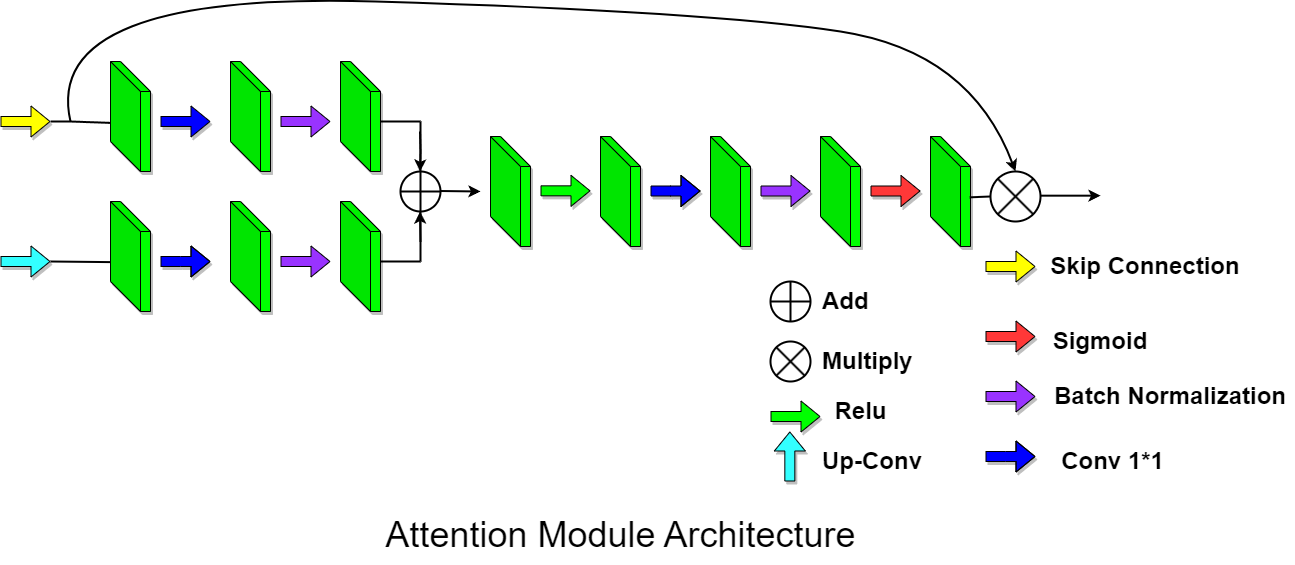
AnayPanja/demo_drawing_at_draw.io keeps this draw.io diagram as Untitled Diagram.drawio.png. Above is the earlier version. Source tidied: cells renumbered, new cells last; positions are measured from the earlier drawing's top-left corner, leaving out a move shared by most shapes.
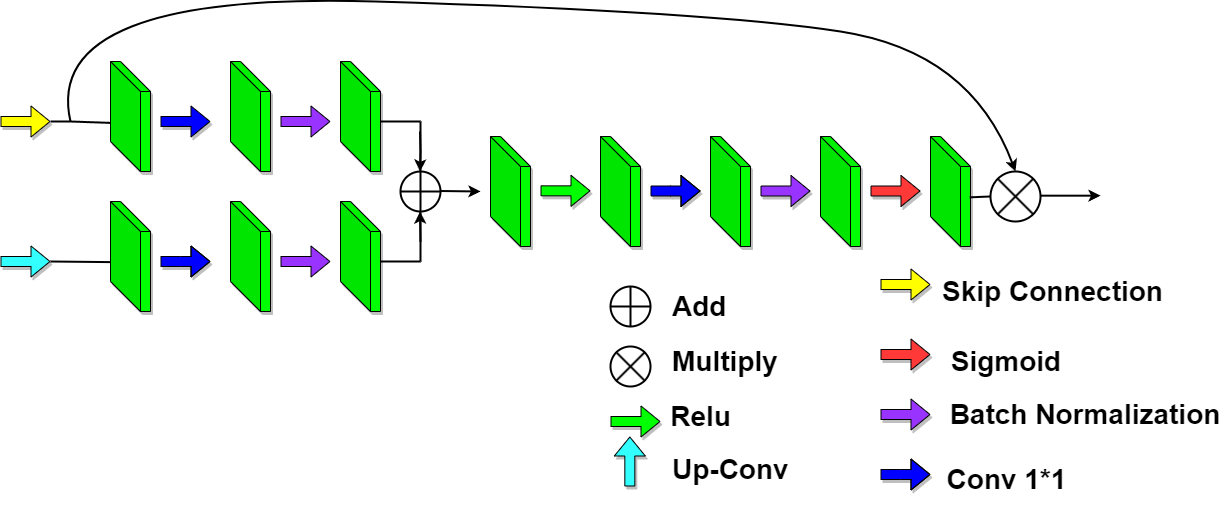
After the change.

What changed in the source:
```diff
@@ -147,63 +147,63 @@
     </mxCell>
     <mxCell id="30" style="shape=flexArrow;endArrow=classic;html=1;rounded=0;fillColor=#FFFF00;shadow=1;" parent="1" edge="1">
       <mxGeometry relative="1" as="geometry">
-        <mxPoint x="985" y="275" as="sourcePoint" />
-        <mxPoint x="1035" y="275" as="targetPoint" />
+        <mxPoint x="880" y="293" as="sourcePoint" />
+        <mxPoint x="930" y="293" as="targetPoint" />
       </mxGeometry>
     </mxCell>
     <mxCell id="31" style="shape=flexArrow;endArrow=classic;html=1;rounded=0;fillColor=#FF3838;shadow=1;" parent="1" edge="1">
       <mxGeometry relative="1" as="geometry">
-        <mxPoint x="985" y="345" as="sourcePoint" />
-        <mxPoint x="1035" y="345" as="targetPoint" />
+        <mxPoint x="880" y="363" as="sourcePoint" />
+        <mxPoint x="930" y="363" as="targetPoint" />
       </mxGeometry>
     </mxCell>
     <mxCell id="32" style="shape=flexArrow;endArrow=classic;html=1;rounded=0;fillColor=#9933FF;shadow=1;" parent="1" edge="1">
       <mxGeometry relative="1" as="geometry">
-        <mxPoint x="985" y="405" as="sourcePoint" />
-        <mxPoint x="1035" y="405" as="targetPoint" />
+        <mxPoint x="880" y="423" as="sourcePoint" />
+        <mxPoint x="930" y="423" as="targetPoint" />
       </mxGeometry>
     </mxCell>
     <mxCell id="33" style="shape=flexArrow;endArrow=classic;html=1;rounded=0;fillColor=#0000FF;shadow=1;" parent="1" edge="1">
       <mxGeometry relative="1" as="geometry">
-        <mxPoint x="985" y="465" as="sourcePoint" />
-        <mxPoint x="1035" y="465" as="targetPoint" />
+        <mxPoint x="880" y="483" as="sourcePoint" />
+        <mxPoint x="930" y="483" as="targetPoint" />
         <Array as="points">
-          <mxPoint x="1005" y="465" />
+          <mxPoint x="900" y="483" />
         </Array>
       </mxGeometry>
     </mxCell>
     <mxCell id="34" style="shape=flexArrow;endArrow=classic;html=1;rounded=0;fillColor=#33FFFF;shadow=1;" parent="1" edge="1">
       <mxGeometry relative="1" as="geometry">
-        <mxPoint x="789.3" y="490" as="sourcePoint" />
-        <mxPoint x="789.3" y="440" as="targetPoint" />
+        <mxPoint x="629.3" y="495" as="sourcePoint" />
+        <mxPoint x="629.3" y="445" as="targetPoint" />
       </mxGeometry>
     </mxCell>
-    <mxCell id="35" value="&lt;font style=&quot;font-size: 24px;&quot;&gt;&lt;b&gt;Skip Connection&lt;/b&gt;&lt;/font&gt;" style="text;strokeColor=none;align=center;fillColor=none;html=1;verticalAlign=middle;whiteSpace=wrap;rounded=0;" parent="1" vertex="1">
-      <mxGeometry x="1045" y="255" width="200" height="40" as="geometry" />
+    <mxCell id="35" value="&lt;font size=&quot;1&quot; style=&quot;&quot;&gt;&lt;b style=&quot;font-size: 28px;&quot;&gt;Skip Connection&lt;/b&gt;&lt;/font&gt;" style="text;strokeColor=none;align=center;fillColor=none;html=1;verticalAlign=middle;whiteSpace=wrap;rounded=0;" parent="1" vertex="1">
+      <mxGeometry x="940" y="280" width="225" height="40" as="geometry" />
     </mxCell>
-    <mxCell id="36" value="&lt;font style=&quot;font-size: 24px;&quot;&gt;&lt;b&gt;Sigmoid&lt;/b&gt;&lt;/font&gt;" style="text;strokeColor=none;align=center;fillColor=none;html=1;verticalAlign=middle;whiteSpace=wrap;rounded=0;" parent="1" vertex="1">
-      <mxGeometry x="1055" y="315" width="90" height="70" as="geometry" />
+    <mxCell id="36" value="&lt;font size=&quot;1&quot; style=&quot;&quot;&gt;&lt;b style=&quot;font-size: 28px;&quot;&gt;Sigmoid&lt;/b&gt;&lt;/font&gt;" style="text;strokeColor=none;align=center;fillColor=none;html=1;verticalAlign=middle;whiteSpace=wrap;rounded=0;" parent="1" vertex="1">
+      <mxGeometry x="961.2" y="335" width="90" height="70" as="geometry" />
     </mxCell>
-    <mxCell id="37" value="&lt;font style=&quot;font-size: 24px;&quot;&gt;&lt;b&gt;Batch Normalization&lt;/b&gt;&lt;/font&gt;" style="text;strokeColor=none;align=center;fillColor=none;html=1;verticalAlign=middle;whiteSpace=wrap;rounded=0;" parent="1" vertex="1">
-      <mxGeometry x="1045" y="365" width="250" height="80" as="geometry" />
+    <mxCell id="37" value="&lt;font size=&quot;1&quot; style=&quot;&quot;&gt;&lt;b style=&quot;font-size: 28px;&quot;&gt;Batch Normalization&lt;/b&gt;&lt;/font&gt;" style="text;strokeColor=none;align=center;fillColor=none;html=1;verticalAlign=middle;whiteSpace=wrap;rounded=0;" parent="1" vertex="1">
+      <mxGeometry x="940" y="383" width="290" height="80" as="geometry" />
     </mxCell>
-    <mxCell id="38" value="&lt;font style=&quot;font-size: 24px;&quot;&gt;&lt;b&gt;Conv 1*1&lt;/b&gt;&lt;/font&gt;" style="text;strokeColor=none;align=center;fillColor=none;html=1;verticalAlign=middle;whiteSpace=wrap;rounded=0;" parent="1" vertex="1">
-      <mxGeometry x="1055" y="445" width="115" height="50" as="geometry" />
+    <mxCell id="38" value="&lt;font size=&quot;1&quot; style=&quot;&quot;&gt;&lt;b style=&quot;font-size: 28px;&quot;&gt;Conv 1*1&lt;/b&gt;&lt;/font&gt;" style="text;strokeColor=none;align=center;fillColor=none;html=1;verticalAlign=middle;whiteSpace=wrap;rounded=0;" parent="1" vertex="1">
+      <mxGeometry x="930" y="463" width="152.5" height="50" as="geometry" />
     </mxCell>
-    <mxCell id="39" value="&lt;font style=&quot;font-size: 24px;&quot;&gt;&lt;b&gt;Up-Conv&lt;/b&gt;&lt;/font&gt;" style="text;strokeColor=none;align=left;fillColor=none;html=1;verticalAlign=middle;whiteSpace=wrap;rounded=0;" parent="1" vertex="1">
-      <mxGeometry x="820" y="455" width="130" height="30" as="geometry" />
+    <mxCell id="39" value="&lt;font size=&quot;1&quot; style=&quot;&quot;&gt;&lt;b style=&quot;font-size: 28px;&quot;&gt;Up-Conv&lt;/b&gt;&lt;/font&gt;" style="text;strokeColor=none;align=left;fillColor=none;html=1;verticalAlign=middle;whiteSpace=wrap;rounded=0;" parent="1" vertex="1">
+      <mxGeometry x="670" y="463" width="130" height="30" as="geometry" />
     </mxCell>
     <mxCell id="40" style="shape=sumEllipse;perimeter=ellipsePerimeter;whiteSpace=wrap;html=1;backgroundOutline=1;strokeWidth=2;" parent="1" vertex="1">
-      <mxGeometry x="770" y="350" width="40" height="40" as="geometry" />
+      <mxGeometry x="610" y="355" width="40" height="40" as="geometry" />
     </mxCell>
     <mxCell id="41" style="shape=orEllipse;perimeter=ellipsePerimeter;whiteSpace=wrap;html=1;backgroundOutline=1;strokeWidth=2;" parent="1" vertex="1">
-      <mxGeometry x="770" y="290" width="40" height="40" as="geometry" />
+      <mxGeometry x="610" y="295" width="40" height="40" as="geometry" />
     </mxCell>
-    <mxCell id="42" value="&lt;font style=&quot;font-size: 24px;&quot;&gt;&lt;b&gt;Add&lt;/b&gt;&lt;/font&gt;" style="text;strokeColor=none;align=left;fillColor=none;html=1;verticalAlign=middle;whiteSpace=wrap;rounded=0;" parent="1" vertex="1">
-      <mxGeometry x="820" y="295" width="180" height="30" as="geometry" />
+    <mxCell id="42" value="&lt;font size=&quot;1&quot; style=&quot;&quot;&gt;&lt;b style=&quot;font-size: 28px;&quot;&gt;Add&lt;/b&gt;&lt;/font&gt;" style="text;strokeColor=none;align=left;fillColor=none;html=1;verticalAlign=middle;whiteSpace=wrap;rounded=0;" parent="1" vertex="1">
+      <mxGeometry x="670" y="300" width="180" height="30" as="geometry" />
     </mxCell>
-    <mxCell id="43" value="&lt;font style=&quot;font-size: 24px;&quot;&gt;&lt;b&gt;Multiply&lt;/b&gt;&lt;/font&gt;" style="text;strokeColor=none;align=left;fillColor=none;html=1;verticalAlign=middle;whiteSpace=wrap;rounded=0;" parent="1" vertex="1">
-      <mxGeometry x="820" y="355" width="180" height="30" as="geometry" />
+    <mxCell id="43" value="&lt;font size=&quot;1&quot; style=&quot;&quot;&gt;&lt;b style=&quot;font-size: 28px;&quot;&gt;Multiply&lt;/b&gt;&lt;/font&gt;" style="text;strokeColor=none;align=left;fillColor=none;html=1;verticalAlign=middle;whiteSpace=wrap;rounded=0;" parent="1" vertex="1">
+      <mxGeometry x="670" y="355" width="180" height="30" as="geometry" />
     </mxCell>
     <mxCell id="44" style="shape=cube;whiteSpace=wrap;html=1;boundedLbl=1;backgroundOutline=1;darkOpacity=0.05;darkOpacity2=0.1;size=30;shadow=1;fillColor=#00FF00;" parent="1" vertex="1">
       <mxGeometry x="340" y="70" width="40" height="110" as="geometry" />
@@ -231,12 +231,12 @@
     </mxCell>
     <mxCell id="49" style="shape=flexArrow;endArrow=classic;html=1;rounded=0;fillColor=#00FF00;shadow=1;" parent="1" edge="1">
       <mxGeometry relative="1" as="geometry">
-        <mxPoint x="770" y="425" as="sourcePoint" />
-        <mxPoint x="820" y="425" as="targetPoint" />
+        <mxPoint x="610" y="430" as="sourcePoint" />
+        <mxPoint x="660" y="430" as="targetPoint" />
       </mxGeometry>
     </mxCell>
-    <mxCell id="50" value="&lt;font style=&quot;font-size: 24px;&quot;&gt;&lt;b&gt;Relu&lt;/b&gt;&lt;/font&gt;" style="text;html=1;align=center;verticalAlign=middle;strokeColor=none;fillColor=none;" parent="1" vertex="1">
-      <mxGeometry x="820" y="400" width="80" height="40" as="geometry" />
+    <mxCell id="50" value="&lt;font size=&quot;1&quot; style=&quot;&quot;&gt;&lt;b style=&quot;font-size: 28px;&quot;&gt;Relu&lt;/b&gt;&lt;/font&gt;" style="text;html=1;align=center;verticalAlign=middle;strokeColor=none;fillColor=none;" parent="1" vertex="1">
+      <mxGeometry x="660" y="400" width="80" height="50" as="geometry" />
     </mxCell>
     <mxCell id="51" style="curved=1;endArrow=classic;html=1;rounded=0;strokeWidth=2;entryX=0.5;entryY=0;entryDx=0;entryDy=0;" parent="1" edge="1" target="26">
       <mxGeometry relative="1" as="geometry">
@@ -254,8 +254,5 @@
         <mxPoint x="1100" y="204.2" as="targetPoint" />
       </mxGeometry>
     </mxCell>
-    <mxCell id="53" value="&lt;font style=&quot;font-size: 36px;&quot;&gt;Attention Module Architecture&lt;/font&gt;" style="text;html=1;align=center;verticalAlign=middle;strokeColor=none;fillColor=none;" parent="1" vertex="1">
-      <mxGeometry x="375" y="513" width="490" height="60" as="geometry" />
-    </mxCell>
   </root>
 </mxGraphModel>
```
